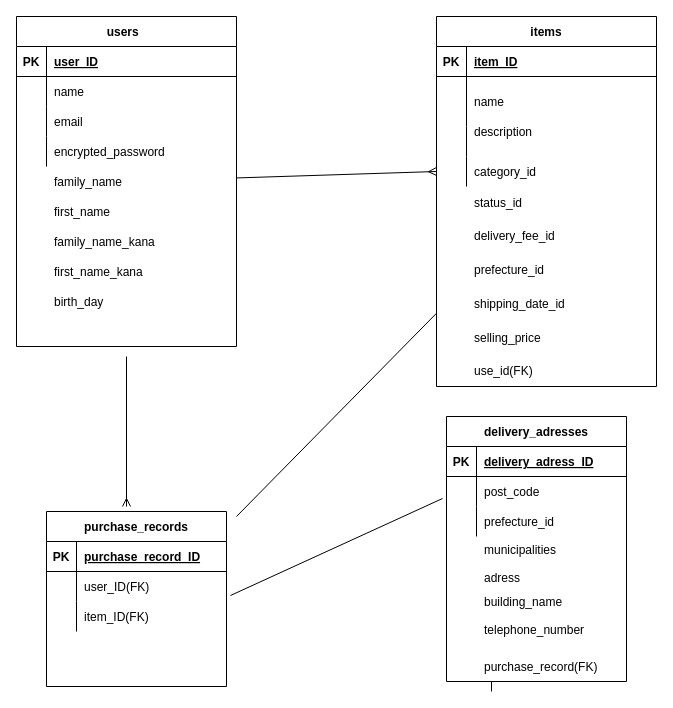
This is ER.dio from shuhei404/furima-36322, a draw.io file, before an edit. Source tidied: cells renumbered, new cells numbered last; positions are measured from the earlier drawing's top-left corner, leaving out a move shared by most shapes. Both pictures are drawn from the tidied source at 100%, with x=0, y=0 at pixel (16, 16).
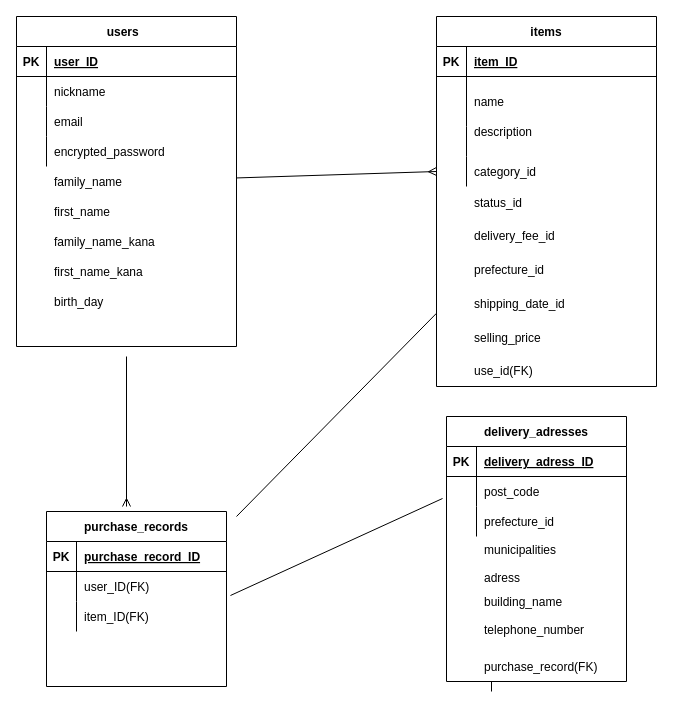
Above is the later version.

Unchanged cells that the change refers to:
```xml
<mxCell id="8" style="shape=partialRectangle;fillColor=none;top=0;left=0;bottom=0;right=0;" parent="4" vertex="1">
  <mxGeometry y="60" width="220" height="30" as="geometry" />
</mxCell>
```

The edit, as a diff of the source:
```diff
@@
-    <mxCell id="10" value="name        " style="shape=partialRectangle;fillColor=none;top=0;left=0;bottom=0;right=0;align=left;spacingLeft=6;overflow=hidden;" parent="8" vertex="1">
+    <mxCell id="10" value="nickname        " style="shape=partialRectangle;fillColor=none;top=0;left=0;bottom=0;right=0;align=left;spacingLeft=6;overflow=hidden;" parent="8" vertex="1">
       <mxGeometry x="30" width="190" height="30" as="geometry" />
     </mxCell>
```
